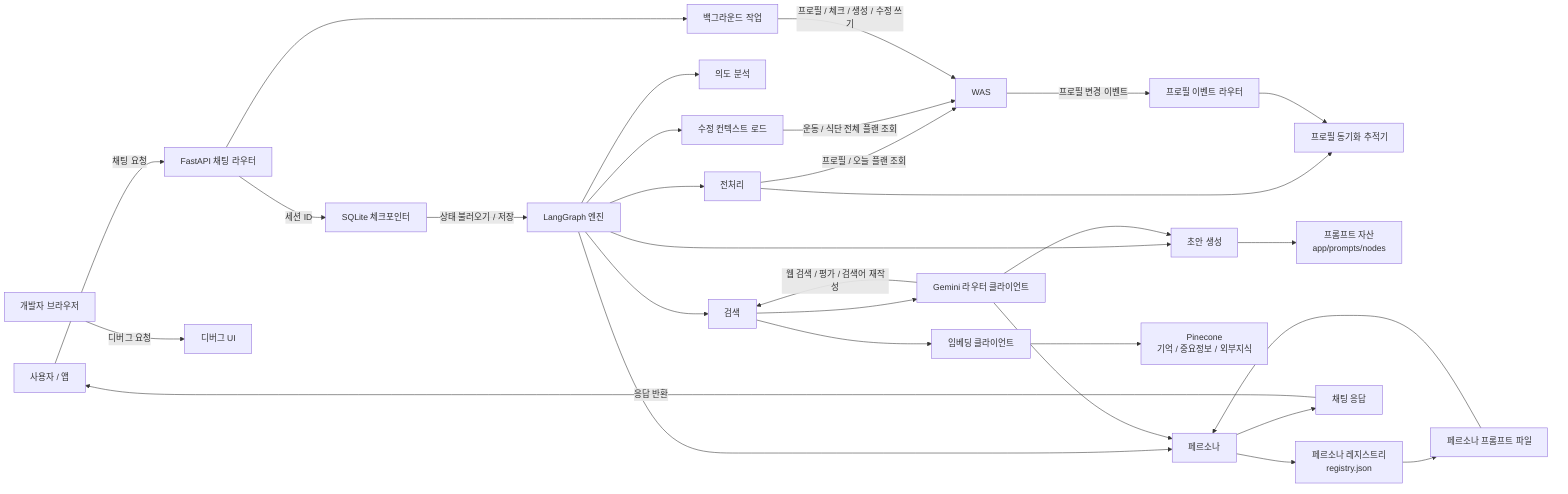
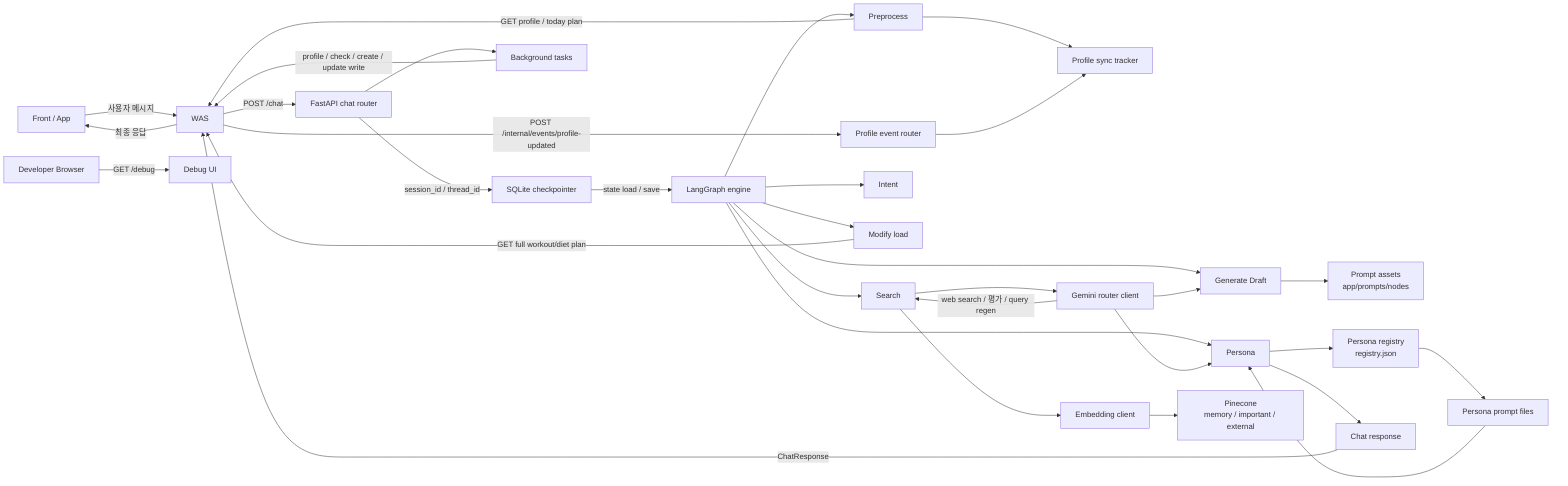
flowchart LR
-     USER["사용자 / 앱"] -->|"채팅 요청"| CHAT["FastAPI 채팅 라우터"]
-     DEV["개발자 브라우저"] -->|"디버그 요청"| DEBUG["디버그 UI"]
-     WAS["WAS"] -->|"프로필 변경 이벤트"| EVENTS["프로필 이벤트 라우터"]
+     FRONT["Front / App"] -->|"사용자 메시지"| WAS["WAS"]
+     WAS -->|"POST /chat"| CHAT["FastAPI chat router"]
+     DEV["Developer Browser"] -->|"GET /debug"| DEBUG["Debug UI"]
+     WAS -->|"POST /internal/events/profile-updated"| EVENTS["Profile event router"]

-     CHAT -->|"세션 ID"| SQLITE["SQLite 체크포인터"]
-     SQLITE -->|"상태 불러오기 / 저장"| GRAPH["LangGraph 엔진"]
+     CHAT -->|"session_id / thread_id"| SQLITE["SQLite checkpointer"]
+     SQLITE -->|"state load / save"| GRAPH["LangGraph engine"]

-     GRAPH --> PRE["전처리"]
-     GRAPH --> INTENT["의도 분석"]
-     GRAPH --> MODIFY["수정 컨텍스트 로드"]
-     GRAPH --> SEARCH["검색"]
-     GRAPH --> GEN["초안 생성"]
-     GRAPH --> PERSONA["페르소나"]
+     GRAPH --> PRE["Preprocess"]
+     GRAPH --> INTENT["Intent"]
+     GRAPH --> MODIFY["Modify load"]
+     GRAPH --> SEARCH["Search"]
+     GRAPH --> GEN["Generate Draft"]
+     GRAPH --> PERSONA["Persona"]

-     PRE -->|"프로필 / 오늘 플랜 조회"| WAS
-     MODIFY -->|"운동 / 식단 전체 플랜 조회"| WAS
-     PRE --> SYNC["프로필 동기화 추적기"]
+     PRE -->|"GET profile / today plan"| WAS
+     MODIFY -->|"GET full workout/diet plan"| WAS
+     PRE --> SYNC["Profile sync tracker"]
    EVENTS --> SYNC

-     SEARCH --> EMBED["임베딩 클라이언트"]
-     EMBED --> PINE["Pinecone<br/>기억 / 중요정보 / 외부지식"]
-     SEARCH --> ROUTER["Gemini 라우터 클라이언트"]
-     ROUTER -->|"웹 검색 / 평가 / 검색어 재작성"| SEARCH
+     SEARCH --> EMBED["Embedding client"]
+     EMBED --> PINE["Pinecone<br/>memory / important / external"]
+     SEARCH --> ROUTER["Gemini router client"]
+     ROUTER -->|"web search / 평가 / query regen"| SEARCH

-     GEN --> PROMPTS["프롬프트 자산<br/>app/prompts/nodes"]
-     PERSONA --> PERSONA_REG["페르소나 레지스트리<br/>registry.json"]
-     PERSONA_REG --> PERSONA_FILES["페르소나 프롬프트 파일"]
+     GEN --> PROMPTS["Prompt assets<br/>app/prompts/nodes"]
+     PERSONA --> PERSONA_REG["Persona registry<br/>registry.json"]
+     PERSONA_REG --> PERSONA_FILES["Persona prompt files"]
    PERSONA_FILES --> PERSONA
    ROUTER --> GEN
    ROUTER --> PERSONA

-     CHAT --> BG["백그라운드 작업"]
-     BG -->|"프로필 / 체크 / 생성 / 수정 쓰기"| WAS
+     CHAT --> BG["Background tasks"]
+     BG -->|"profile / check / create / update write"| WAS

-     PERSONA --> RESP["채팅 응답"]
-     RESP -->|"응답 반환"| USER
+     PERSONA --> RESP["Chat response"]
+     RESP -->|"ChatResponse"| WAS
+     WAS -->|"최종 응답"| FRONT
